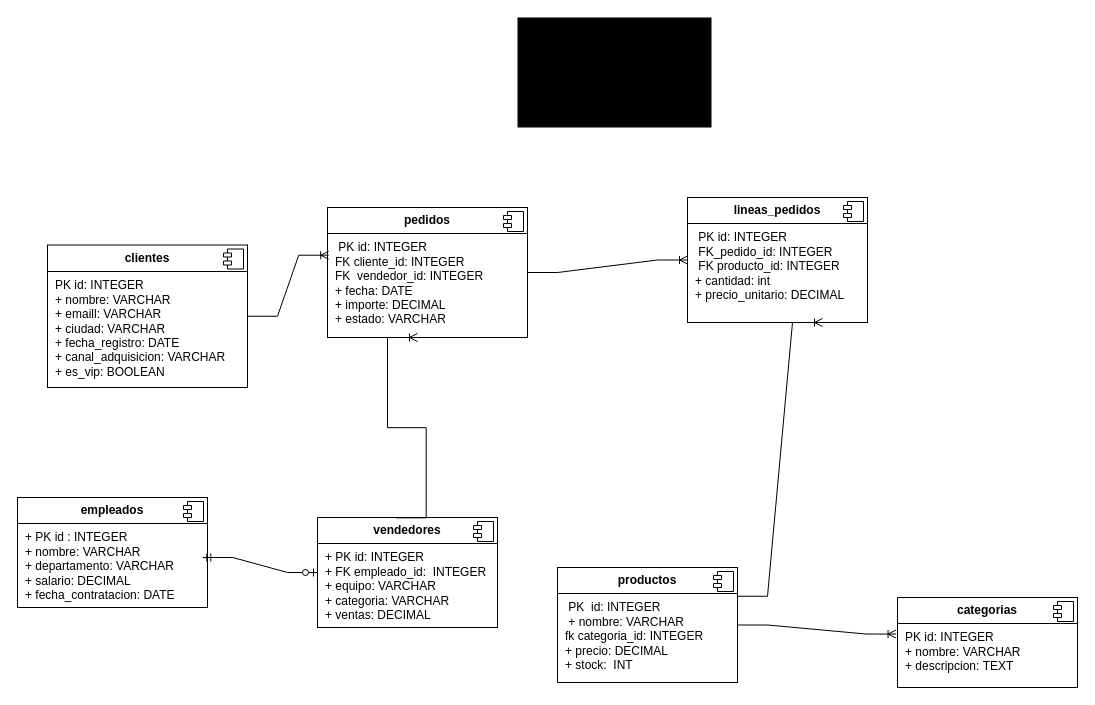
Above: docs/modelo_entidad_relacion.drawio in marasvd/sql-retail-analytics (draw.io), before the change. Source tidied: cells renumbered, new cells numbered last; positions are measured from the earlier drawing's top-left corner, leaving out a move shared by most shapes. Both pictures are drawn from the tidied source at 100%, with x=0, y=0 at pixel (17, 17).
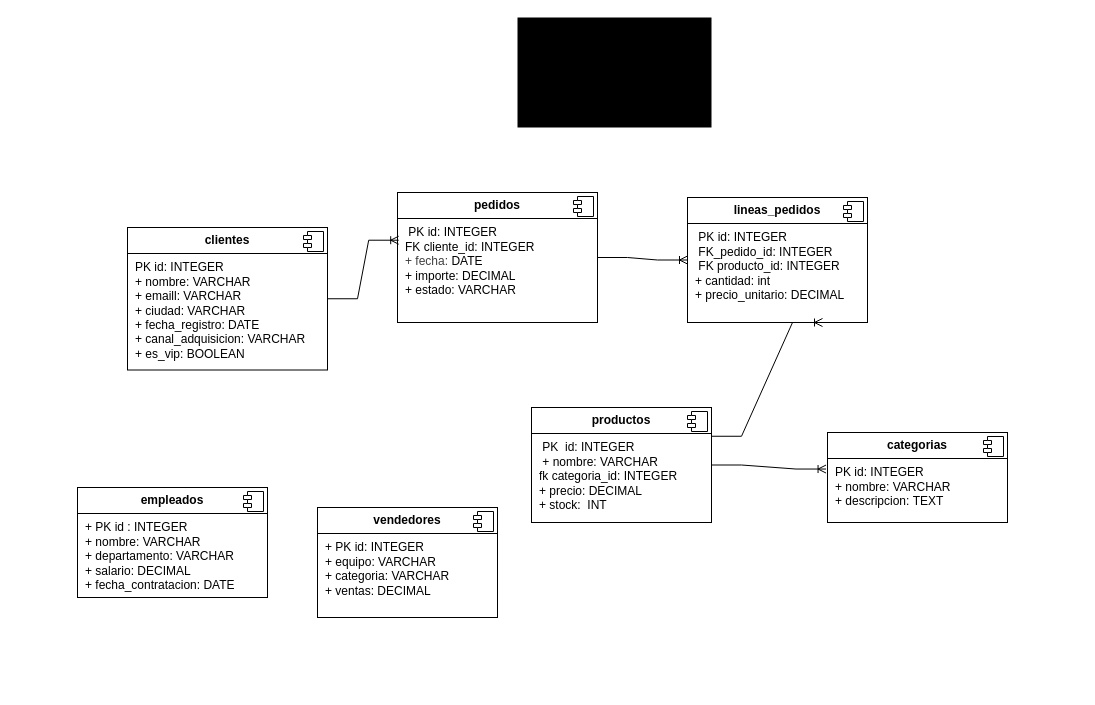
After the change.

Commit message:
modificacion del ER, correspondiente a los csvs

What changed in the source:
```diff
@@
     <mxCell id="3" value="&lt;p style=&quot;margin:0px;margin-top:6px;text-align:center;&quot;&gt;&lt;b&gt;productos&lt;/b&gt;&lt;/p&gt;&lt;hr size=&quot;1&quot; style=&quot;border-style:solid;&quot;&gt;&lt;p style=&quot;margin:0px;margin-left:8px;&quot;&gt;&amp;nbsp;PK&amp;nbsp; id:&amp;nbsp;INTEGER&lt;br&gt;&amp;nbsp;+ nombre: VARCHAR&lt;/p&gt;&lt;p style=&quot;margin:0px;margin-left:8px;&quot;&gt;fk categoria_id:&amp;nbsp;INTEGER&lt;/p&gt;&lt;p style=&quot;margin:0px;margin-left:8px;&quot;&gt;+ precio:&amp;nbsp;&lt;span style=&quot;background-color: transparent; color: light-dark(rgb(0, 0, 0), rgb(255, 255, 255));&quot;&gt;DECIMAL&lt;/span&gt;&lt;/p&gt;&lt;p style=&quot;margin:0px;margin-left:8px;&quot;&gt;+ stock:&amp;nbsp;&lt;span style=&quot;background-color: transparent; color: light-dark(rgb(0, 0, 0), rgb(255, 255, 255));&quot;&gt;&amp;nbsp;INT&lt;/span&gt;&lt;/p&gt;" style="align=left;overflow=fill;html=1;whiteSpace=wrap;" parent="1" vertex="1">
-      <mxGeometry x="540" y="550" width="180" height="115" as="geometry" />
+      <mxGeometry x="514" y="390" width="180" height="115" as="geometry" />
     </mxCell>
@@
-    <mxCell id="5" value="&lt;p style=&quot;margin:0px;margin-top:6px;text-align:center;&quot;&gt;&lt;b&gt;pedidos&lt;/b&gt;&lt;/p&gt;&lt;hr size=&quot;1&quot; style=&quot;border-style:solid;&quot;&gt;&lt;p style=&quot;margin:0px;margin-left:8px;&quot;&gt;&amp;nbsp;PK id:&amp;nbsp;INTEGER&lt;br&gt;FK cliente_id:&amp;nbsp;INTEGER&lt;/p&gt;&lt;p style=&quot;margin:0px;margin-left:8px;&quot;&gt;FK&amp;nbsp; vendedor_id:&amp;nbsp;INTEGER&lt;/p&gt;&lt;p style=&quot;margin:0px;margin-left:8px;&quot;&gt;+ fecha:&amp;nbsp;&lt;span style=&quot;background-color: transparent; color: light-dark(rgb(0, 0, 0), rgb(255, 255, 255));&quot;&gt;DATE&lt;/span&gt;&lt;/p&gt;&lt;p style=&quot;margin:0px;margin-left:8px;&quot;&gt;+ importe:&amp;nbsp;DECIMAL&lt;/p&gt;&lt;p style=&quot;margin:0px;margin-left:8px;&quot;&gt;+ estado:&amp;nbsp;&lt;span style=&quot;background-color: transparent; color: light-dark(rgb(0, 0, 0), rgb(255, 255, 255));&quot;&gt;VARCHAR&lt;/span&gt;&lt;/p&gt;" style="align=left;overflow=fill;html=1;whiteSpace=wrap;" parent="1" vertex="1">
-      <mxGeometry x="310" y="190" width="200" height="130" as="geometry" />
+    <mxCell id="5" value="&lt;p style=&quot;margin:0px;margin-top:6px;text-align:center;&quot;&gt;&lt;b&gt;pedidos&lt;/b&gt;&lt;/p&gt;&lt;hr size=&quot;1&quot; style=&quot;border-style:solid;&quot;&gt;&lt;p style=&quot;margin:0px;margin-left:8px;&quot;&gt;&amp;nbsp;PK id:&amp;nbsp;INTEGER&lt;br&gt;FK cliente_id:&amp;nbsp;INTEGER&lt;/p&gt;&lt;p style=&quot;margin:0px;margin-left:8px;&quot;&gt;&lt;span style=&quot;color: rgb(63, 63, 63); background-color: transparent;&quot;&gt;+ fecha:&amp;nbsp;&lt;/span&gt;&lt;span style=&quot;background-color: transparent;&quot;&gt;DATE&lt;/span&gt;&lt;/p&gt;&lt;p style=&quot;margin:0px;margin-left:8px;&quot;&gt;+ importe:&amp;nbsp;DECIMAL&lt;/p&gt;&lt;p style=&quot;margin:0px;margin-left:8px;&quot;&gt;+ estado:&amp;nbsp;&lt;span style=&quot;background-color: transparent; color: light-dark(rgb(0, 0, 0), rgb(255, 255, 255));&quot;&gt;VARCHAR&lt;/span&gt;&lt;/p&gt;" style="align=left;overflow=fill;html=1;whiteSpace=wrap;" parent="1" vertex="1">
+      <mxGeometry x="380" y="175" width="200" height="130" as="geometry" />
     </mxCell>
@@
     <mxCell id="7" value="&lt;p style=&quot;margin:0px;margin-top:6px;text-align:center;&quot;&gt;&lt;b&gt;categorias&lt;/b&gt;&lt;/p&gt;&lt;hr size=&quot;1&quot; style=&quot;border-style:solid;&quot;&gt;&lt;p style=&quot;margin:0px;margin-left:8px;&quot;&gt;PK id:&amp;nbsp;INTEGER&lt;br&gt;+ nombre:&amp;nbsp;&lt;span style=&quot;background-color: transparent; color: light-dark(rgb(0, 0, 0), rgb(255, 255, 255));&quot;&gt;VARCHAR&lt;/span&gt;&lt;/p&gt;&lt;p style=&quot;margin:0px;margin-left:8px;&quot;&gt;+ descripcion:&amp;nbsp;TEXT&lt;/p&gt;" style="align=left;overflow=fill;html=1;whiteSpace=wrap;" parent="1" vertex="1">
-      <mxGeometry x="880" y="580" width="180" height="90" as="geometry" />
+      <mxGeometry x="810" y="415" width="180" height="90" as="geometry" />
     </mxCell>
@@
     <mxCell id="9" value="&lt;p style=&quot;margin:0px;margin-top:6px;text-align:center;&quot;&gt;&lt;b&gt;clientes&lt;/b&gt;&lt;/p&gt;&lt;hr size=&quot;1&quot; style=&quot;border-style:solid;&quot;&gt;&lt;p style=&quot;margin:0px;margin-left:8px;&quot;&gt;PK id:&amp;nbsp;INTEGER&lt;br&gt;+ nombre:&amp;nbsp;VARCHAR&lt;/p&gt;&lt;p style=&quot;margin: 0px 0px 0px 8px;&quot;&gt;+ emaill:&amp;nbsp;VARCHAR&lt;/p&gt;&lt;p style=&quot;margin: 0px 0px 0px 8px;&quot;&gt;+ ciudad:&amp;nbsp;VARCHAR&lt;/p&gt;&lt;p style=&quot;margin: 0px 0px 0px 8px;&quot;&gt;+ fecha_registro:&amp;nbsp;DATE&lt;/p&gt;&lt;p style=&quot;margin: 0px 0px 0px 8px;&quot;&gt;+ canal_adquisicion: VARCHAR&lt;/p&gt;&lt;p style=&quot;margin: 0px 0px 0px 8px;&quot;&gt;+ es_vip:&amp;nbsp;BOOLEAN&lt;/p&gt;&lt;p style=&quot;margin: 0px 0px 0px 8px;&quot;&gt;&lt;br&gt;&lt;/p&gt;&lt;p style=&quot;margin: 0px 0px 0px 8px;&quot;&gt;&lt;br&gt;&lt;/p&gt;" style="align=left;overflow=fill;html=1;whiteSpace=wrap;" parent="1" vertex="1">
-      <mxGeometry x="30" y="227.5" width="200" height="142.5" as="geometry" />
+      <mxGeometry x="110" y="210" width="200" height="142.5" as="geometry" />
     </mxCell>
@@
-    <mxCell id="13" value="&lt;p style=&quot;margin:0px;margin-top:6px;text-align:center;&quot;&gt;&lt;b&gt;vendedores&lt;/b&gt;&lt;/p&gt;&lt;hr size=&quot;1&quot; style=&quot;border-style:solid;&quot;&gt;&lt;p style=&quot;margin:0px;margin-left:8px;&quot;&gt;+ PK id:&amp;nbsp;INTEGER&lt;/p&gt;&lt;p style=&quot;margin:0px;margin-left:8px;&quot;&gt;+ FK empleado_id:&amp;nbsp;&amp;nbsp;INTEGER&lt;br&gt;+ equipo:&amp;nbsp;&lt;span style=&quot;background-color: transparent; color: light-dark(rgb(0, 0, 0), rgb(255, 255, 255));&quot;&gt;VARCHAR&lt;/span&gt;&lt;/p&gt;&lt;p style=&quot;margin:0px;margin-left:8px;&quot;&gt;+ categoria:&amp;nbsp;&lt;span style=&quot;background-color: transparent; color: light-dark(rgb(0, 0, 0), rgb(255, 255, 255));&quot;&gt;VARCHAR&lt;/span&gt;&lt;/p&gt;&lt;p style=&quot;margin:0px;margin-left:8px;&quot;&gt;+ ventas:&amp;nbsp;DECIMAL&lt;/p&gt;" style="align=left;overflow=fill;html=1;whiteSpace=wrap;" parent="1" vertex="1">
-      <mxGeometry x="300" y="500" width="180" height="110" as="geometry" />
+    <mxCell id="13" value="&lt;p style=&quot;margin:0px;margin-top:6px;text-align:center;&quot;&gt;&lt;b&gt;vendedores&lt;/b&gt;&lt;/p&gt;&lt;hr size=&quot;1&quot; style=&quot;border-style:solid;&quot;&gt;&lt;p style=&quot;margin:0px;margin-left:8px;&quot;&gt;+ PK id:&amp;nbsp;INTEGER&lt;/p&gt;&lt;p style=&quot;margin:0px;margin-left:8px;&quot;&gt;+ equipo:&amp;nbsp;&lt;span style=&quot;background-color: transparent; color: light-dark(rgb(0, 0, 0), rgb(255, 255, 255));&quot;&gt;VARCHAR&lt;/span&gt;&lt;/p&gt;&lt;p style=&quot;margin:0px;margin-left:8px;&quot;&gt;+ categoria:&amp;nbsp;&lt;span style=&quot;background-color: transparent; color: light-dark(rgb(0, 0, 0), rgb(255, 255, 255));&quot;&gt;VARCHAR&lt;/span&gt;&lt;/p&gt;&lt;p style=&quot;margin:0px;margin-left:8px;&quot;&gt;+ ventas:&amp;nbsp;DECIMAL&lt;/p&gt;" style="align=left;overflow=fill;html=1;whiteSpace=wrap;" parent="1" vertex="1">
+      <mxGeometry x="300" y="490" width="180" height="110" as="geometry" />
     </mxCell>
@@
     <mxCell id="15" value="&lt;p style=&quot;margin:0px;margin-top:6px;text-align:center;&quot;&gt;&lt;b&gt;empleados&lt;/b&gt;&lt;/p&gt;&lt;hr size=&quot;1&quot; style=&quot;border-style:solid;&quot;&gt;&lt;p style=&quot;margin:0px;margin-left:8px;&quot;&gt;+ PK id :&amp;nbsp;INTEGER&lt;/p&gt;&lt;p style=&quot;margin:0px;margin-left:8px;&quot;&gt;+ nombre: VARCHAR&lt;br&gt;+ departamento:&amp;nbsp;&lt;span style=&quot;background-color: transparent; color: light-dark(rgb(0, 0, 0), rgb(255, 255, 255));&quot;&gt;VARCHAR&lt;/span&gt;&lt;/p&gt;&lt;p style=&quot;margin:0px;margin-left:8px;&quot;&gt;+ salario:&amp;nbsp;DECIMAL&lt;/p&gt;&lt;p style=&quot;margin:0px;margin-left:8px;&quot;&gt;+ fecha_contratacion:&amp;nbsp;DATE&lt;/p&gt;" style="align=left;overflow=fill;html=1;whiteSpace=wrap;" parent="1" vertex="1">
-      <mxGeometry y="480" width="190" height="110" as="geometry" />
+      <mxGeometry x="60" y="470" width="190" height="110" as="geometry" />
     </mxCell>
@@
-    <mxCell id="20" style="edgeStyle=entityRelationEdgeStyle;fontSize=12;html=1;endArrow=ERoneToMany;rounded=0;entryX=0.45;entryY=1;entryDx=0;entryDy=0;exitX=0.437;exitY=0.003;exitDx=0;exitDy=0;exitPerimeter=0;entryPerimeter=0;" parent="1" edge="1" source="13" target="5">
-      <mxGeometry relative="1" as="geometry" />
-    </mxCell>
-    <mxCell id="21" style="edgeStyle=entityRelationEdgeStyle;fontSize=12;html=1;endArrow=ERzeroToOne;startArrow=ERmandOne;rounded=0;entryX=0;entryY=0.5;entryDx=0;entryDy=0;exitX=0.449;exitY=1.014;exitDx=0;exitDy=0;exitPerimeter=0;" parent="1" edge="1" target="13">
-      <mxGeometry relative="1" as="geometry">
-        <mxPoint x="185.3" y="540" as="sourcePoint" />
-      </mxGeometry>
-    </mxCell>
```
